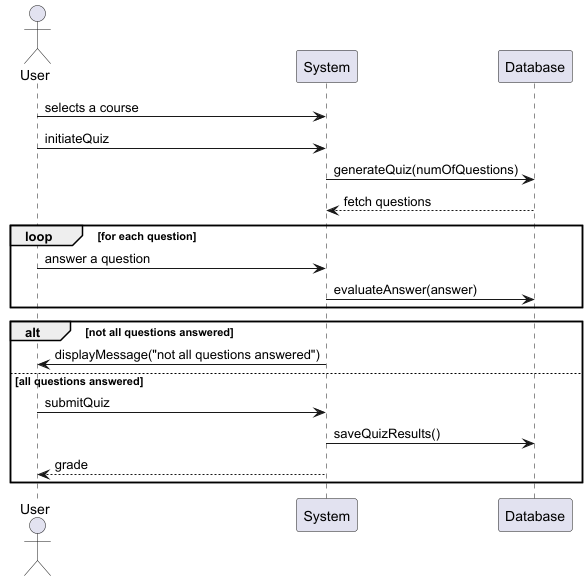
Above: documentation/diagrams/sequence_diagram_1.png in Noureqo1/Banana-brain-learning (PlantUML), before the change.
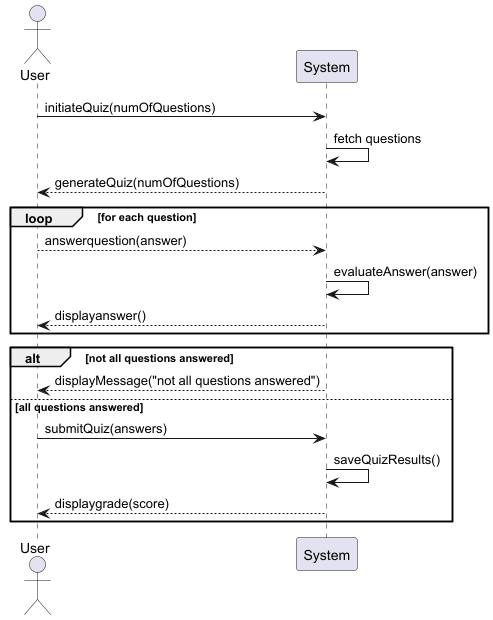
After the commit.

What changed in the source:
```diff
@@ -1,23 +1,22 @@
 @startuml
 actor User
 participant System
-participant Database
 
-User -> System: selects a course
-User -> System: initiateQuiz
-System -> Database: generateQuiz(numOfQuestions)
-Database --> System: fetch questions
+User -> System: initiateQuiz(numOfQuestions)
+System -> System: fetch questions
+System --> User: generateQuiz(numOfQuestions)
 
 loop for each question
-    User -> System: answer a question
-    System -> Database: evaluateAnswer(answer)
+    User --> System: answerquestion(answer)
+    System -> System: evaluateAnswer(answer)
+    System --> User: displayanswer()
 end
 
 alt not all questions answered
-    System -> User: displayMessage("not all questions answered")
+    System --> User: displayMessage("not all questions answered")
 else all questions answered
-    User -> System: submitQuiz
-    System -> Database: saveQuizResults()
-    System --> User: grade
+    User -> System: submitQuiz(answers)
+    System -> System: saveQuizResults()
+    System --> User: displaygrade(score)
 end
 @enduml
```
